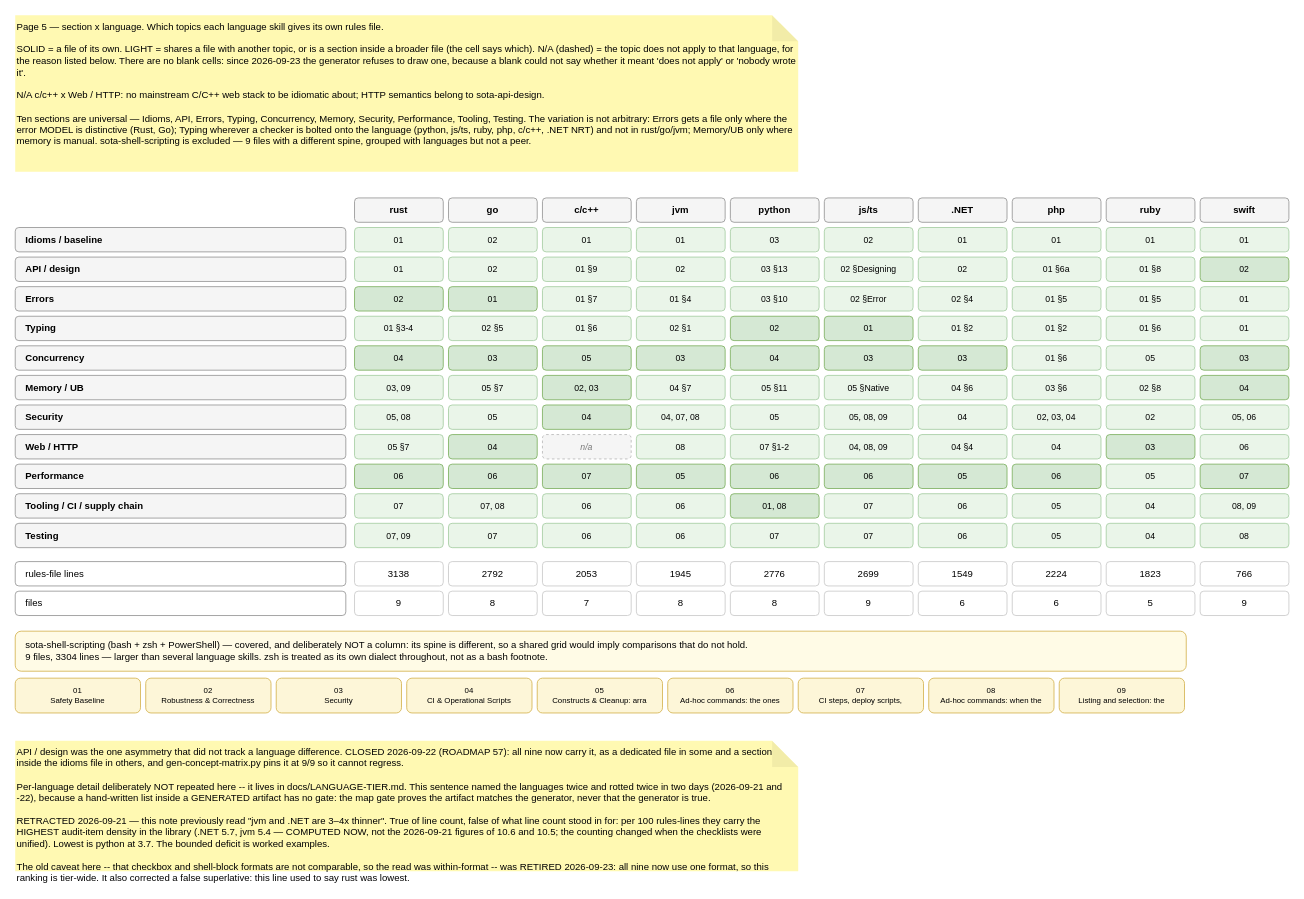
martinholovsky/SOTA-skills keeps this draw.io diagram as page "5 · Section x language" (5 of 8) of docs/skill-map.drawio. Above is the earlier version. Source tidied: cells renumbered, new cells numbered last; positions are measured from the earlier drawing's top-left corner, leaving out a move shared by most shapes. Both pictures are drawn from the tidied source at 87%, with x=0, y=0 at pixel (15, 15).
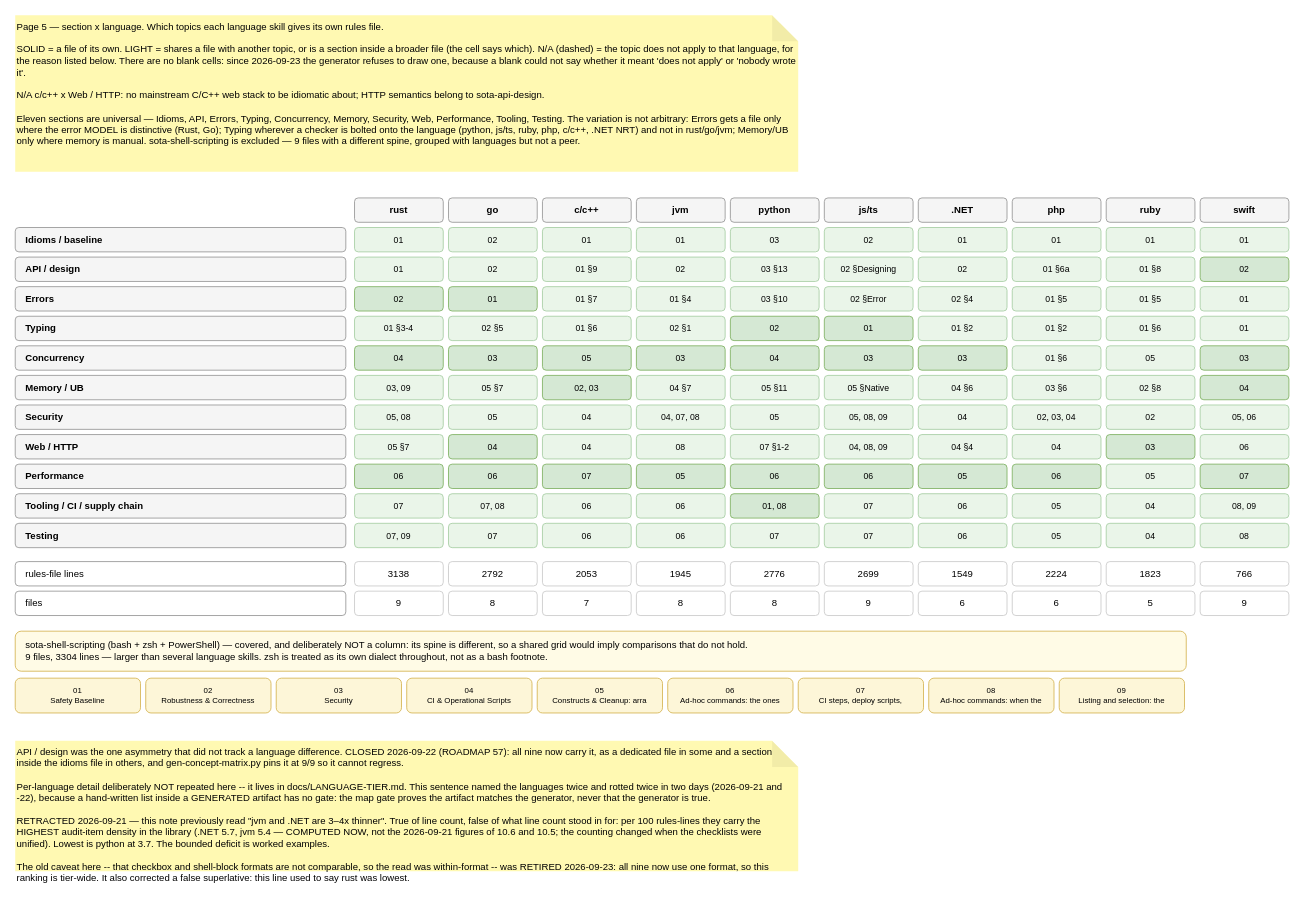
After the change.

Commit message (it also covers changes not shown here):
Intake: external spine-matrix RFC — framework rejected, ROADMAP 90/91 opened, C/C++ HTTP body caps (#663)

Change to the diagram source:
```diff
@@
-    <mxCell id="2" value="Page 5 — section x language. Which topics each language skill gives its own rules file.&lt;br&gt;&lt;br&gt;SOLID = a file of its own. LIGHT = shares a file with another topic, or is a section inside a broader file (the cell says which). N/A (dashed) = the topic does not apply to that language, for the reason listed below. There are no blank cells: since 2026-09-23 the generator refuses to draw one, because a blank could not say whether it meant 'does not apply' or 'nobody wrote it'.&lt;br&gt;&lt;br&gt;N/A c/c++ x Web / HTTP: no mainstream C/C++ web stack to be idiomatic about; HTTP semantics belong to sota-api-design.&lt;br&gt;&lt;br&gt;Ten sections are universal — Idioms, API, Errors, Typing, Concurrency, Memory, Security, Performance, Tooling, Testing. The variation is not arbitrary: Errors gets a file only where the error MODEL is distinctive (Rust, Go); Typing wherever a checker is bolted onto the language (python, js/ts, ruby, php, c/c++, .NET NRT) and not in rust/go/jvm; Memory/UB only where memory is manual. sota-shell-scripting is excluded — 9 files with a different spine, grouped with languages but not a peer." style="shape=note;whiteSpace=wrap;html=1;backgroundOutline=1;darkOpacity=0.05;fillColor=#FFF9B2;strokeColor=none;fontSize=11;align=left;verticalAlign=top;" parent="1" vertex="1">
+    <mxCell id="2" value="Page 5 — section x language. Which topics each language skill gives its own rules file.&lt;br&gt;&lt;br&gt;SOLID = a file of its own. LIGHT = shares a file with another topic, or is a section inside a broader file (the cell says which). N/A (dashed) = the topic does not apply to that language, for the reason listed below. There are no blank cells: since 2026-09-23 the generator refuses to draw one, because a blank could not say whether it meant 'does not apply' or 'nobody wrote it'.&lt;br&gt;&lt;br&gt;N/A c/c++ x Web / HTTP: no mainstream C/C++ web stack to be idiomatic about; HTTP semantics belong to sota-api-design.&lt;br&gt;&lt;br&gt;Eleven sections are universal — Idioms, API, Errors, Typing, Concurrency, Memory, Security, Web, Performance, Tooling, Testing. The variation is not arbitrary: Errors gets a file only where the error MODEL is distinctive (Rust, Go); Typing wherever a checker is bolted onto the language (python, js/ts, ruby, php, c/c++, .NET NRT) and not in rust/go/jvm; Memory/UB only where memory is manual. sota-shell-scripting is excluded — 9 files with a different spine, grouped with languages but not a peer." style="shape=note;whiteSpace=wrap;html=1;backgroundOutline=1;darkOpacity=0.05;fillColor=#FFF9B2;strokeColor=none;fontSize=11;align=left;verticalAlign=top;" parent="1" vertex="1">
       <mxGeometry width="900" height="180" as="geometry" />
     </mxCell>
@@
-    <mxCell id="82" value="04" style="rounded=1;whiteSpace=wrap;html=1;fontSize=11;fillColor=#d5e8d4;strokeColor=#82b366;fontSize=10;" parent="1" vertex="1">
+    <mxCell id="82" value="04" style="rounded=1;whiteSpace=wrap;html=1;fontSize=11;fillColor=#eaf5e9;strokeColor=#a9cfa5;fontSize=10;" parent="1" vertex="1">
       <mxGeometry x="606" y="448" width="102" height="28" as="geometry" />
     </mxCell>
@@
-    <mxCell id="93" value="n/a" style="rounded=1;whiteSpace=wrap;html=1;fontSize=11;fillColor=#f5f5f5;strokeColor=#bbbbbb;dashed=1;fontColor=#777777;fontSize=10;fontStyle=2;" parent="1" vertex="1">
+    <mxCell id="93" value="04" style="rounded=1;whiteSpace=wrap;html=1;fontSize=11;fillColor=#eaf5e9;strokeColor=#a9cfa5;fontSize=10;" parent="1" vertex="1">
       <mxGeometry x="606" y="482" width="102" height="28" as="geometry" />
     </mxCell>
```
